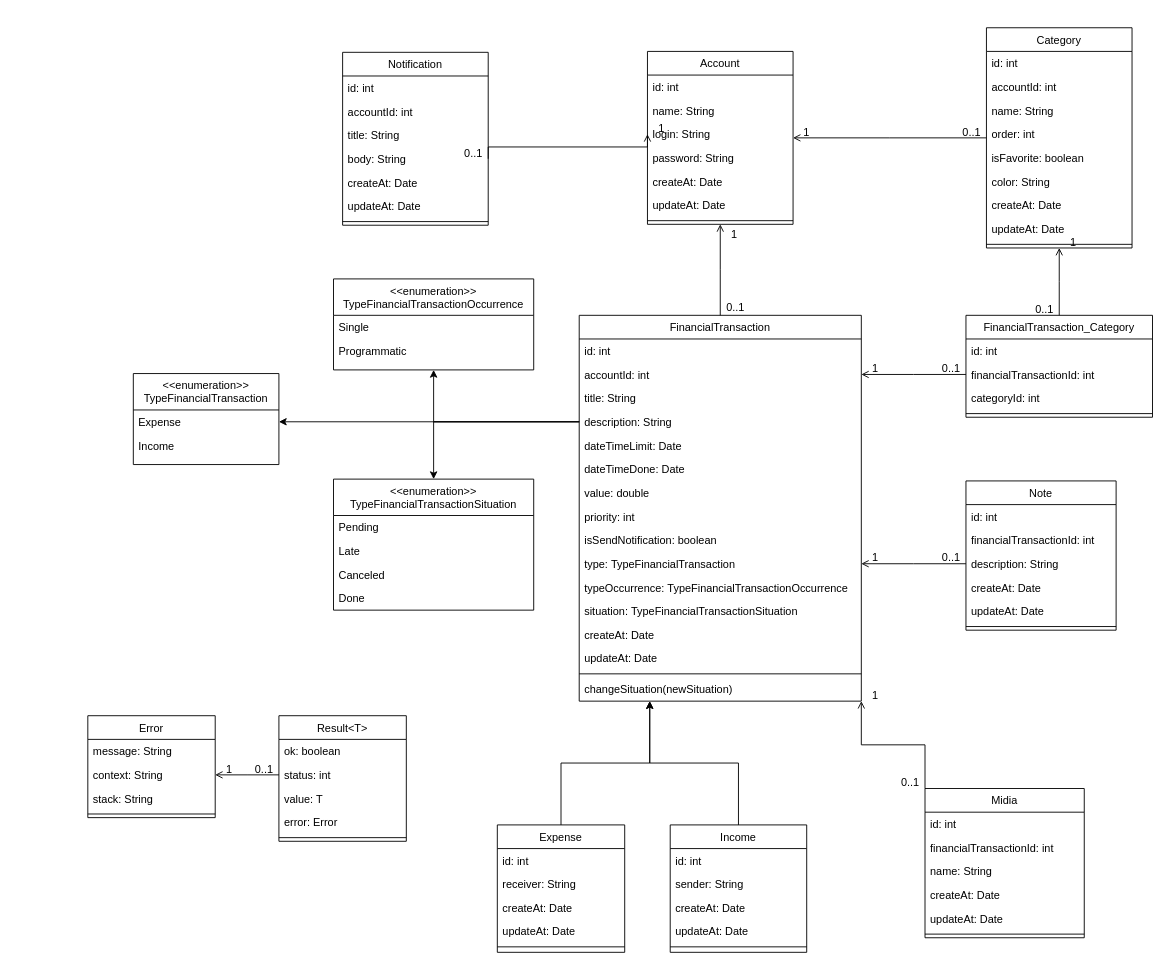
The draw.io diagram docs/class.diagram.drawio in Danrley-Ruan-Saquetti/esliph-finance, before the edit. Source tidied: cells renumbered, new cells numbered last; positions are measured from the earlier drawing's top-left corner, leaving out a move shared by most shapes. Both pictures are drawn from the tidied source at 91%, with x=0, y=0 at pixel (87, 27).
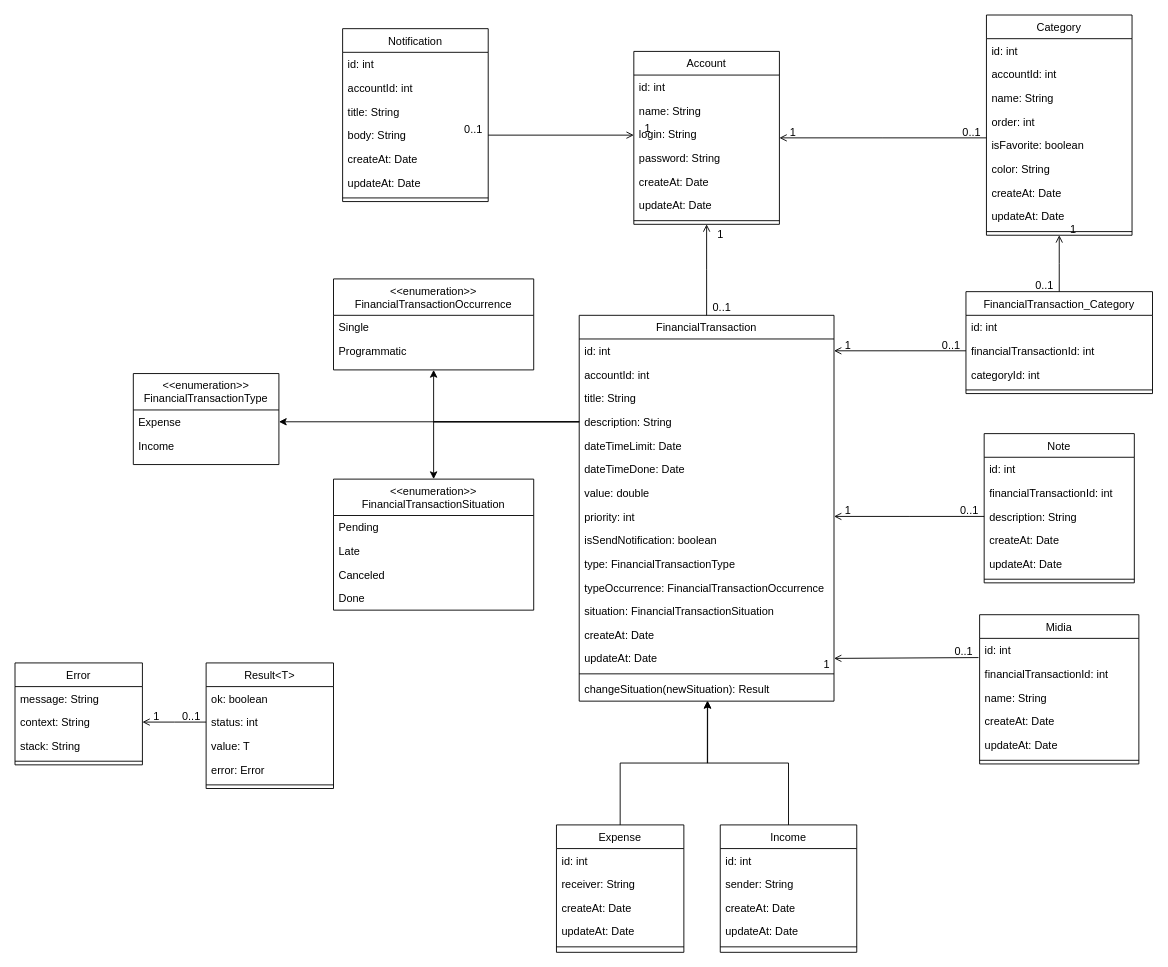
After the change.

The change refers to these unchanged cells:
```xml
<mxCell id="73" value="financialTransactionId: int" style="text;align=left;verticalAlign=top;spacingLeft=4;spacingRight=4;overflow=hidden;points=[[0,0.5],[1,0.5]];portConstraint=eastwest;" parent="71" vertex="1">
  <mxGeometry y="52" width="205" height="26" as="geometry" />
</mxCell>
<mxCell id="85" value="description: String" style="text;align=left;verticalAlign=top;spacingLeft=4;spacingRight=4;overflow=hidden;points=[[0,0.5],[1,0.5]];portConstraint=eastwest;" parent="82" vertex="1">
  <mxGeometry y="78" width="165" height="26" as="geometry" />
</mxCell>
<mxCell id="101" value="id: int" style="text;align=left;verticalAlign=top;spacingLeft=4;spacingRight=4;overflow=hidden;points=[[0,0.5],[1,0.5]];portConstraint=eastwest;" parent="100" vertex="1">
  <mxGeometry y="26" width="175" height="26" as="geometry" />
</mxCell>
```

Change to the diagram source:
```diff
@@
     <mxCell id="2" value="Account" style="swimlane;fontStyle=0;align=center;verticalAlign=top;horizontal=1;startSize=26;rounded=0;shadow=0;strokeWidth=1;" parent="1" vertex="1">
-      <mxGeometry x="615" y="26" width="160" height="190" as="geometry" />
+      <mxGeometry x="600" y="26" width="160" height="190" as="geometry" />
     </mxCell>
@@
     <mxCell id="10" value="Category" style="swimlane;fontStyle=0;align=center;verticalAlign=top;horizontal=1;startSize=26;rounded=0;shadow=0;strokeWidth=1;" parent="1" vertex="1">
-      <mxGeometry x="987.5" width="160" height="242" as="geometry" />
+      <mxGeometry x="987.5" y="-14" width="160" height="242" as="geometry" />
     </mxCell>
@@
     <mxCell id="26" value="FinancialTransaction" style="swimlane;fontStyle=0;align=center;verticalAlign=top;horizontal=1;startSize=26;rounded=0;shadow=0;strokeWidth=1;" parent="1" vertex="1">
-      <mxGeometry x="540" y="316" width="310" height="424" as="geometry" />
+      <mxGeometry x="540" y="316" width="280" height="424" as="geometry" />
     </mxCell>
     <mxCell id="27" value="id: int" style="text;align=left;verticalAlign=top;spacingLeft=4;spacingRight=4;overflow=hidden;points=[[0,0.5],[1,0.5]];portConstraint=eastwest;" parent="26" vertex="1">
-      <mxGeometry y="26" width="310" height="26" as="geometry" />
+      <mxGeometry y="26" width="280" height="26" as="geometry" />
     </mxCell>
     <mxCell id="28" value="accountId: int" style="text;align=left;verticalAlign=top;spacingLeft=4;spacingRight=4;overflow=hidden;points=[[0,0.5],[1,0.5]];portConstraint=eastwest;" parent="26" vertex="1">
-      <mxGeometry y="52" width="310" height="26" as="geometry" />
+      <mxGeometry y="52" width="280" height="26" as="geometry" />
     </mxCell>
     <mxCell id="29" value="title: String" style="text;align=left;verticalAlign=top;spacingLeft=4;spacingRight=4;overflow=hidden;" parent="26" vertex="1">
-      <mxGeometry y="78" width="310" height="26" as="geometry" />
+      <mxGeometry y="78" width="280" height="26" as="geometry" />
     </mxCell>
     <mxCell id="30" value="description: String" style="text;align=left;verticalAlign=top;spacingLeft=4;spacingRight=4;overflow=hidden;points=[[0,0.5],[1,0.5]];portConstraint=eastwest;" parent="26" vertex="1">
-      <mxGeometry y="104" width="310" height="26" as="geometry" />
+      <mxGeometry y="104" width="280" height="26" as="geometry" />
     </mxCell>
     <mxCell id="31" value="dateTimeLimit: Date" style="text;align=left;verticalAlign=top;spacingLeft=4;spacingRight=4;overflow=hidden;" parent="26" vertex="1">
-      <mxGeometry y="130" width="310" height="26" as="geometry" />
+      <mxGeometry y="130" width="280" height="26" as="geometry" />
     </mxCell>
     <mxCell id="32" value="dateTimeDone: Date" style="text;align=left;verticalAlign=top;spacingLeft=4;spacingRight=4;overflow=hidden;" parent="26" vertex="1">
-      <mxGeometry y="156" width="310" height="26" as="geometry" />
+      <mxGeometry y="156" width="280" height="26" as="geometry" />
     </mxCell>
     <mxCell id="33" value="value: double" style="text;align=left;verticalAlign=top;spacingLeft=4;spacingRight=4;overflow=hidden;" parent="26" vertex="1">
-      <mxGeometry y="182" width="310" height="26" as="geometry" />
+      <mxGeometry y="182" width="280" height="26" as="geometry" />
     </mxCell>
     <mxCell id="34" value="priority: int" style="text;align=left;verticalAlign=top;spacingLeft=4;spacingRight=4;overflow=hidden;points=[[0,0.5],[1,0.5]];portConstraint=eastwest;" parent="26" vertex="1">
-      <mxGeometry y="208" width="310" height="26" as="geometry" />
+      <mxGeometry y="208" width="280" height="26" as="geometry" />
     </mxCell>
     <mxCell id="35" value="isSendNotification: boolean" style="text;align=left;verticalAlign=top;spacingLeft=4;spacingRight=4;overflow=hidden;" parent="26" vertex="1">
-      <mxGeometry y="234" width="310" height="26" as="geometry" />
+      <mxGeometry y="234" width="280" height="26" as="geometry" />
     </mxCell>
-    <mxCell id="36" value="type: TypeFinancialTransaction" style="text;align=left;verticalAlign=top;spacingLeft=4;spacingRight=4;overflow=hidden;points=[[0,0.5],[1,0.5]];portConstraint=eastwest;" parent="26" vertex="1">
-      <mxGeometry y="260" width="310" height="26" as="geometry" />
+    <mxCell id="36" value="type: FinancialTransactionType" style="text;align=left;verticalAlign=top;spacingLeft=4;spacingRight=4;overflow=hidden;points=[[0,0.5],[1,0.5]];portConstraint=eastwest;" parent="26" vertex="1">
+      <mxGeometry y="260" width="280" height="26" as="geometry" />
     </mxCell>
-    <mxCell id="37" value="typeOccurrence: TypeFinancialTransactionOccurrence" style="text;align=left;verticalAlign=top;spacingLeft=4;spacingRight=4;overflow=hidden;" parent="26" vertex="1">
-      <mxGeometry y="286" width="310" height="26" as="geometry" />
+    <mxCell id="37" value="typeOccurrence: FinancialTransactionOccurrence" style="text;align=left;verticalAlign=top;spacingLeft=4;spacingRight=4;overflow=hidden;" parent="26" vertex="1">
+      <mxGeometry y="286" width="280" height="26" as="geometry" />
     </mxCell>
-    <mxCell id="38" value="situation: TypeFinancialTransactionSituation" style="text;align=left;verticalAlign=top;spacingLeft=4;spacingRight=4;overflow=hidden;" parent="26" vertex="1">
-      <mxGeometry y="312" width="310" height="26" as="geometry" />
+    <mxCell id="38" value="situation: FinancialTransactionSituation" style="text;align=left;verticalAlign=top;spacingLeft=4;spacingRight=4;overflow=hidden;" parent="26" vertex="1">
+      <mxGeometry y="312" width="280" height="26" as="geometry" />
     </mxCell>
     <mxCell id="39" value="createAt: Date" style="text;align=left;verticalAlign=top;spacingLeft=4;spacingRight=4;overflow=hidden;rounded=0;shadow=0;html=0;" parent="26" vertex="1">
-      <mxGeometry y="338" width="310" height="26" as="geometry" />
+      <mxGeometry y="338" width="280" height="26" as="geometry" />
     </mxCell>
     <mxCell id="40" value="updateAt: Date" style="text;align=left;verticalAlign=top;spacingLeft=4;spacingRight=4;overflow=hidden;points=[[0,0.5],[1,0.5]];portConstraint=eastwest;rounded=0;shadow=0;html=0;" parent="26" vertex="1">
-      <mxGeometry y="364" width="310" height="26" as="geometry" />
+      <mxGeometry y="364" width="280" height="26" as="geometry" />
     </mxCell>
     <mxCell id="41" style="line;html=1;strokeWidth=1;align=left;verticalAlign=middle;spacingTop=-1;spacingLeft=3;spacingRight=3;labelPosition=right;" parent="26" vertex="1">
-      <mxGeometry y="390" width="310" height="8" as="geometry" />
+      <mxGeometry y="390" width="280" height="8" as="geometry" />
     </mxCell>
-    <mxCell id="42" value="changeSituation(newSituation)" style="text;align=left;verticalAlign=top;spacingLeft=4;spacingRight=4;overflow=hidden;points=[[0,0.5],[1,0.5]];portConstraint=eastwest;rounded=0;shadow=0;html=0;" parent="26" vertex="1">
-      <mxGeometry y="398" width="310" height="26" as="geometry" />
+    <mxCell id="42" value="changeSituation(newSituation): Result" style="text;align=left;verticalAlign=top;spacingLeft=4;spacingRight=4;overflow=hidden;points=[[0,0.5],[1,0.5]];portConstraint=eastwest;rounded=0;shadow=0;html=0;" parent="26" vertex="1">
+      <mxGeometry y="398" width="280" height="26" as="geometry" />
     </mxCell>
-    <mxCell id="43" value="&lt;&lt;enumeration&gt;&gt;&#10;TypeFinancialTransaction" style="swimlane;fontStyle=0;align=center;verticalAlign=top;horizontal=1;startSize=40;rounded=0;shadow=0;strokeWidth=1;" parent="1" vertex="1">
+    <mxCell id="43" value="&lt;&lt;enumeration&gt;&gt;&#10;FinancialTransactionType" style="swimlane;fontStyle=0;align=center;verticalAlign=top;horizontal=1;startSize=40;rounded=0;shadow=0;strokeWidth=1;" parent="1" vertex="1">
       <mxGeometry x="50" y="380" width="160" height="100" as="geometry" />
     </mxCell>
@@
-    <mxCell id="46" value="&lt;&lt;enumeration&gt;&gt;&#10;TypeFinancialTransactionOccurrence" style="swimlane;fontStyle=0;align=center;verticalAlign=top;horizontal=1;startSize=40;rounded=0;shadow=0;strokeWidth=1;" parent="1" vertex="1">
+    <mxCell id="46" value="&lt;&lt;enumeration&gt;&gt;&#10;FinancialTransactionOccurrence" style="swimlane;fontStyle=0;align=center;verticalAlign=top;horizontal=1;startSize=40;rounded=0;shadow=0;strokeWidth=1;" parent="1" vertex="1">
       <mxGeometry x="270" y="276" width="220" height="100" as="geometry" />
     </mxCell>
@@
-    <mxCell id="49" value="&lt;&lt;enumeration&gt;&gt;&#10;TypeFinancialTransactionSituation" style="swimlane;fontStyle=0;align=center;verticalAlign=top;horizontal=1;startSize=40;rounded=0;shadow=0;strokeWidth=1;" parent="1" vertex="1">
+    <mxCell id="49" value="&lt;&lt;enumeration&gt;&gt;&#10;FinancialTransactionSituation" style="swimlane;fontStyle=0;align=center;verticalAlign=top;horizontal=1;startSize=40;rounded=0;shadow=0;strokeWidth=1;" parent="1" vertex="1">
       <mxGeometry x="270" y="496" width="220" height="144" as="geometry" />
     </mxCell>
@@
-    <mxCell id="54" style="edgeStyle=orthogonalEdgeStyle;rounded=0;jettySize=auto;html=1;entryX=0.25;entryY=1;entryDx=0;entryDy=0;" parent="1" edge="1" source="55" target="26">
+    <mxCell id="54" style="edgeStyle=orthogonalEdgeStyle;rounded=0;jettySize=auto;html=1;entryX=0.504;entryY=0.986;entryDx=0;entryDy=0;entryPerimeter=0;" parent="1" edge="1" source="55" target="42">
       <mxGeometry relative="1" as="geometry" />
     </mxCell>
     <mxCell id="55" value="Expense" style="swimlane;fontStyle=0;align=center;verticalAlign=top;horizontal=1;startSize=26;rounded=0;shadow=0;strokeWidth=1;" parent="1" vertex="1">
-      <mxGeometry x="450" y="876" width="140" height="140" as="geometry" />
+      <mxGeometry x="515" y="876" width="140" height="140" as="geometry" />
     </mxCell>
@@
-    <mxCell id="61" style="edgeStyle=orthogonalEdgeStyle;rounded=0;jettySize=auto;html=1;entryX=0.25;entryY=1;entryDx=0;entryDy=0;" parent="1" edge="1" source="62" target="26">
+    <mxCell id="61" style="edgeStyle=orthogonalEdgeStyle;rounded=0;jettySize=auto;html=1;entryX=0.503;entryY=0.987;entryDx=0;entryDy=0;entryPerimeter=0;" parent="1" edge="1" source="62" target="42">
       <mxGeometry relative="1" as="geometry" />
     </mxCell>
     <mxCell id="62" value="Income" style="swimlane;fontStyle=0;align=center;verticalAlign=top;horizontal=1;startSize=26;rounded=0;shadow=0;strokeWidth=1;" parent="1" vertex="1">
-      <mxGeometry x="640" y="876" width="150" height="140" as="geometry" />
+      <mxGeometry x="695" y="876" width="150" height="140" as="geometry" />
     </mxCell>
@@
     <mxCell id="71" value="FinancialTransaction_Category" style="swimlane;fontStyle=0;align=center;verticalAlign=top;horizontal=1;startSize=26;rounded=0;shadow=0;strokeWidth=1;" parent="1" vertex="1">
-      <mxGeometry x="965" y="316" width="205" height="112" as="geometry" />
+      <mxGeometry x="965" y="290" width="205" height="112" as="geometry" />
     </mxCell>
@@
-    <mxCell id="79" style="endArrow=open;shadow=0;strokeWidth=1;rounded=0;endFill=1;edgeStyle=elbowEdgeStyle;elbow=vertical;entryX=1;entryY=0.5;entryDx=0;entryDy=0;exitX=0;exitY=0.5;exitDx=0;exitDy=0;" parent="1" edge="1" source="73" target="28">
+    <mxCell id="79" style="endArrow=open;shadow=0;strokeWidth=1;rounded=0;endFill=1;edgeStyle=elbowEdgeStyle;elbow=vertical;entryX=1;entryY=0.5;entryDx=0;entryDy=0;exitX=0;exitY=0.5;exitDx=0;exitDy=0;" parent="1" edge="1" source="73" target="27">
       <mxGeometry x="0.5" y="41" relative="1" as="geometry">
         <mxPoint x="-40" y="32" as="offset" />
       </mxGeometry>
     </mxCell>
@@
     <mxCell id="82" value="Note" style="swimlane;fontStyle=0;align=center;verticalAlign=top;horizontal=1;startSize=26;rounded=0;shadow=0;strokeWidth=1;" parent="1" vertex="1">
-      <mxGeometry x="965" y="498" width="165" height="164" as="geometry" />
+      <mxGeometry x="985" y="446" width="165" height="164" as="geometry" />
     </mxCell>
@@
-    <mxCell id="89" style="endArrow=open;shadow=0;strokeWidth=1;rounded=0;endFill=1;edgeStyle=elbowEdgeStyle;elbow=vertical;entryX=1;entryY=0.5;entryDx=0;entryDy=0;exitX=0;exitY=0.5;exitDx=0;exitDy=0;" parent="1" edge="1" source="85" target="36">
+    <mxCell id="89" style="endArrow=open;shadow=0;strokeWidth=1;rounded=0;endFill=1;edgeStyle=elbowEdgeStyle;elbow=vertical;entryX=1;entryY=0.5;entryDx=0;entryDy=0;exitX=0;exitY=0.5;exitDx=0;exitDy=0;" parent="1" edge="1" source="85" target="34">
       <mxGeometry x="0.5" y="41" relative="1" as="geometry">
         <mxPoint x="-40" y="32" as="offset" />
       </mxGeometry>
     </mxCell>
@@
     <mxCell id="92" value="Notification" style="swimlane;fontStyle=0;align=center;verticalAlign=top;horizontal=1;startSize=26;rounded=0;shadow=0;strokeWidth=1;" parent="1" vertex="1">
-      <mxGeometry x="280" y="27" width="160" height="190" as="geometry" />
+      <mxGeometry x="280" y="1" width="160" height="190" as="geometry" />
     </mxCell>
@@
     <mxCell id="100" value="Midia" style="swimlane;fontStyle=0;align=center;verticalAlign=top;horizontal=1;startSize=26;rounded=0;shadow=0;strokeWidth=1;" parent="1" vertex="1">
-      <mxGeometry x="920" y="836" width="175" height="164" as="geometry" />
+      <mxGeometry x="980" y="645" width="175" height="164" as="geometry" />
     </mxCell>
@@
-    <mxCell id="107" style="endArrow=open;shadow=0;strokeWidth=1;rounded=0;endFill=1;edgeStyle=elbowEdgeStyle;elbow=vertical;entryX=1;entryY=1;entryDx=0;entryDy=0;exitX=0;exitY=0;exitDx=0;exitDy=0;" parent="1" edge="1" source="100" target="26">
+    <mxCell id="107" style="endArrow=open;shadow=0;strokeWidth=1;rounded=0;endFill=1;edgeStyle=elbowEdgeStyle;elbow=vertical;entryX=1;entryY=0.5;entryDx=0;entryDy=0;exitX=-0.007;exitY=0.812;exitDx=0;exitDy=0;exitPerimeter=0;" parent="1" edge="1" source="101" target="40">
       <mxGeometry x="0.5" y="41" relative="1" as="geometry">
         <mxPoint x="-40" y="32" as="offset" />
       </mxGeometry>
     </mxCell>
@@
     <mxCell id="109" value="1" style="align=right;verticalAlign=bottom;labelBackgroundColor=none;fontSize=12;" parent="107" vertex="1">
       <mxGeometry x="1" relative="1" as="geometry">
-        <mxPoint x="20" y="2" as="offset" />
+        <mxPoint x="-3" y="15" as="offset" />
       </mxGeometry>
     </mxCell>
@@
     <mxCell id="113" value="Result&lt;T&gt;" style="swimlane;fontStyle=0;align=center;verticalAlign=top;horizontal=1;startSize=26;rounded=0;shadow=0;strokeWidth=1;" parent="1" vertex="1">
-      <mxGeometry x="210" y="756" width="140" height="138" as="geometry" />
+      <mxGeometry x="130" y="698" width="140" height="138" as="geometry" />
     </mxCell>
@@
     <mxCell id="119" value="Error" style="swimlane;fontStyle=0;align=center;verticalAlign=top;horizontal=1;startSize=26;rounded=0;shadow=0;strokeWidth=1;" parent="1" vertex="1">
-      <mxGeometry y="756" width="140" height="112" as="geometry" />
+      <mxGeometry x="-80" y="698" width="140" height="112" as="geometry" />
     </mxCell>
```
